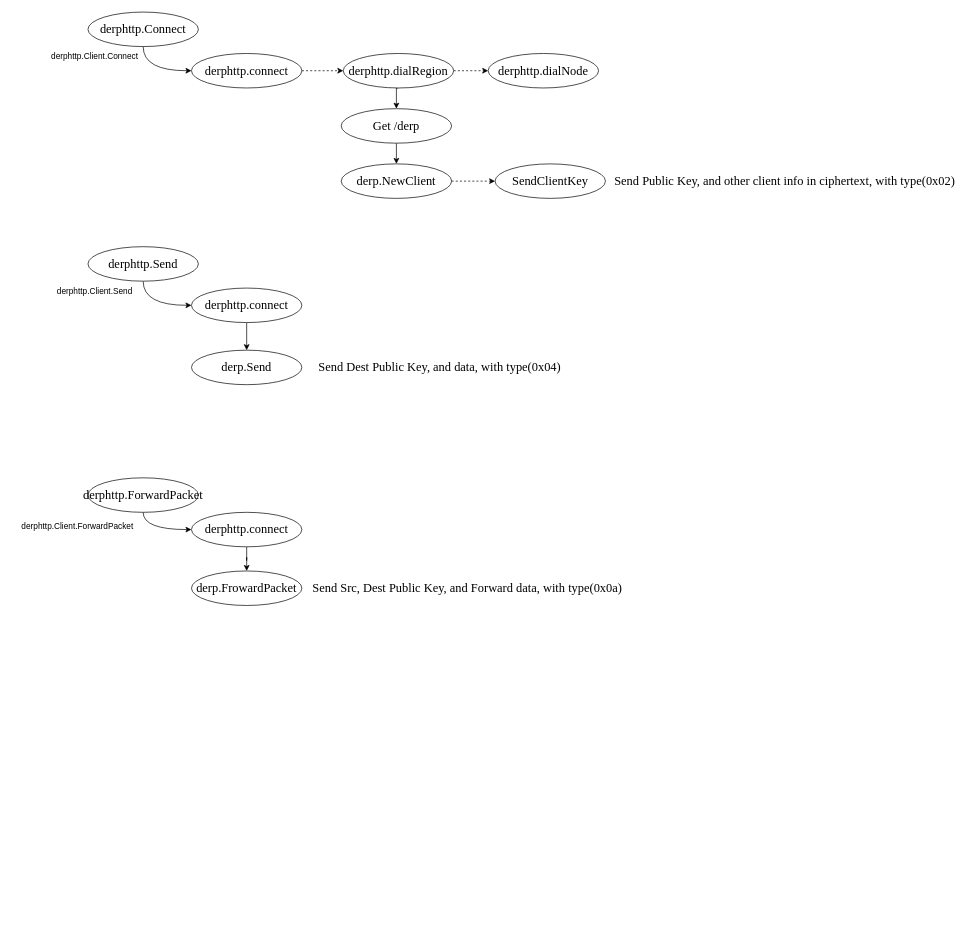
This is files/DERP.drawio from sunminming/Drawio, a draw.io file, before an edit. Source tidied: cells renumbered, new cells numbered last; positions are measured from the earlier drawing's top-left corner, leaving out a move shared by most shapes. Both pictures are drawn from the tidied source at 69%, with x=0, y=0 at pixel (12, 12).
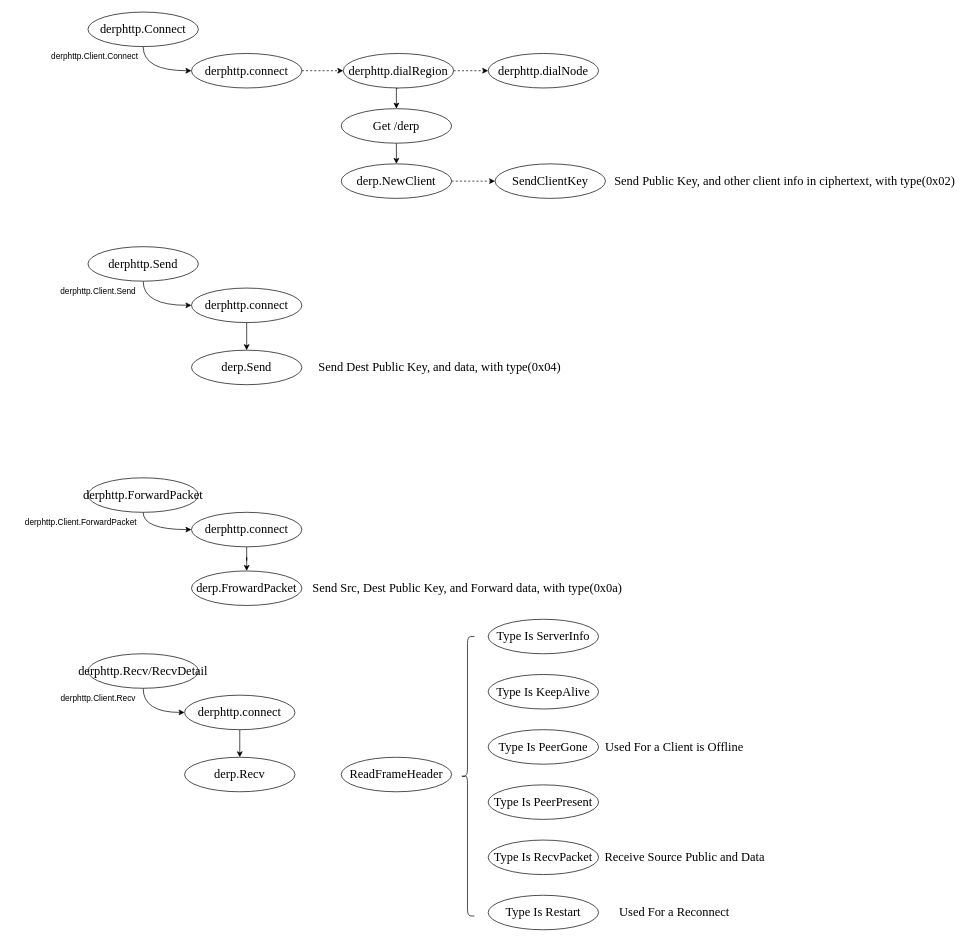
The same page after the edit.

Diff of the diagram source:
```diff
@@
     <mxCell id="21" value="derphttp.Client.Send" style="text;html=1;align=center;verticalAlign=middle;whiteSpace=wrap;rounded=0;" parent="1" vertex="1">
-      <mxGeometry x="50" y="390" width="140" height="30" as="geometry" />
+      <mxGeometry x="60" y="390" width="130" height="30" as="geometry" />
     </mxCell>
@@
     <mxCell id="26" value="derphttp.Client.ForwardPacket" style="text;html=1;align=center;verticalAlign=middle;whiteSpace=wrap;rounded=0;" parent="1" vertex="1">
-      <mxGeometry y="730" width="190" height="30" as="geometry" />
+      <mxGeometry x="10" y="725" width="180" height="30" as="geometry" />
     </mxCell>
@@
+    <mxCell id="31" style="edgeStyle=orthogonalEdgeStyle;rounded=0;jettySize=auto;html=1;exitX=0.5;exitY=1;exitDx=0;exitDy=0;entryX=0;entryY=0.5;entryDx=0;entryDy=0;curved=1;" parent="1" edge="1" source="32" target="34">
+      <mxGeometry relative="1" as="geometry" />
+    </mxCell>
+    <mxCell id="32" value="&lt;font style=&quot;font-size: 18px;&quot; face=&quot;Times New Roman&quot;&gt;derphttp.Recv/RecvDetail&lt;/font&gt;" style="ellipse;whiteSpace=wrap;html=1;" parent="1" vertex="1">
+      <mxGeometry x="110" y="930" width="160" height="50" as="geometry" />
+    </mxCell>
+    <mxCell id="33" style="edgeStyle=orthogonalEdgeStyle;rounded=0;jettySize=auto;html=1;exitX=0.5;exitY=1;exitDx=0;exitDy=0;entryX=0.5;entryY=0;entryDx=0;entryDy=0;" parent="1" edge="1" source="34" target="36">
+      <mxGeometry relative="1" as="geometry" />
+    </mxCell>
+    <mxCell id="34" value="&lt;font style=&quot;font-size: 18px;&quot; face=&quot;Times New Roman&quot;&gt;derphttp.connect&lt;/font&gt;" style="ellipse;whiteSpace=wrap;html=1;" parent="1" vertex="1">
+      <mxGeometry x="250" y="990" width="160" height="50" as="geometry" />
+    </mxCell>
+    <mxCell id="35" value="derphttp.Client.Recv" style="text;html=1;align=center;verticalAlign=middle;whiteSpace=wrap;rounded=0;" parent="1" vertex="1">
+      <mxGeometry x="60" y="980" width="130" height="30" as="geometry" />
+    </mxCell>
+    <mxCell id="36" value="&lt;font style=&quot;font-size: 18px;&quot; face=&quot;Times New Roman&quot;&gt;derp.Recv&lt;/font&gt;" style="ellipse;whiteSpace=wrap;html=1;" parent="1" vertex="1">
+      <mxGeometry x="250" y="1080" width="160" height="50" as="geometry" />
+    </mxCell>
+    <mxCell id="37" value="&lt;font style=&quot;font-size: 18px;&quot; face=&quot;Times New Roman&quot;&gt;ReadFrameHeader&lt;/font&gt;" style="ellipse;whiteSpace=wrap;html=1;" parent="1" vertex="1">
+      <mxGeometry x="477" y="1080" width="160" height="50" as="geometry" />
+    </mxCell>
+    <mxCell id="38" style="group;" parent="1" vertex="1">
+      <mxGeometry x="650" y="880" width="450" height="450" as="geometry" />
+    </mxCell>
+    <mxCell id="39" style="shape=curlyBracket;whiteSpace=wrap;html=1;rounded=1;labelPosition=left;verticalLabelPosition=middle;align=right;verticalAlign=middle;" parent="38" vertex="1">
+      <mxGeometry y="25" width="20" height="405" as="geometry" />
+    </mxCell>
+    <mxCell id="40" value="&lt;font style=&quot;font-size: 18px;&quot; face=&quot;Times New Roman&quot;&gt;Type Is ServerInfo&lt;/font&gt;" style="ellipse;whiteSpace=wrap;html=1;" parent="38" vertex="1">
+      <mxGeometry x="40" width="160" height="50" as="geometry" />
+    </mxCell>
+    <mxCell id="41" value="&lt;font style=&quot;font-size: 18px;&quot; face=&quot;Times New Roman&quot;&gt;Type Is KeepAlive&lt;/font&gt;" style="ellipse;whiteSpace=wrap;html=1;" parent="38" vertex="1">
+      <mxGeometry x="40" y="80" width="160" height="50" as="geometry" />
+    </mxCell>
+    <mxCell id="42" value="&lt;font style=&quot;font-size: 18px;&quot; face=&quot;Times New Roman&quot;&gt;Type Is PeerGone&lt;/font&gt;" style="ellipse;whiteSpace=wrap;html=1;" parent="38" vertex="1">
+      <mxGeometry x="40" y="160" width="160" height="50" as="geometry" />
+    </mxCell>
+    <mxCell id="43" value="&lt;font style=&quot;font-size: 18px;&quot; face=&quot;Times New Roman&quot;&gt;Used For a Client is Offline&lt;/font&gt;" style="text;html=1;align=center;verticalAlign=middle;whiteSpace=wrap;rounded=0;" parent="38" vertex="1">
+      <mxGeometry x="200" y="170" width="220" height="30" as="geometry" />
+    </mxCell>
+    <mxCell id="44" value="&lt;font style=&quot;font-size: 18px;&quot; face=&quot;Times New Roman&quot;&gt;Type Is PeerPresent&lt;/font&gt;" style="ellipse;whiteSpace=wrap;html=1;" parent="38" vertex="1">
+      <mxGeometry x="40" y="240" width="160" height="50" as="geometry" />
+    </mxCell>
+    <mxCell id="45" value="&lt;font style=&quot;font-size: 18px;&quot; face=&quot;Times New Roman&quot;&gt;Type Is RecvPacket&lt;/font&gt;" style="ellipse;whiteSpace=wrap;html=1;" parent="38" vertex="1">
+      <mxGeometry x="40" y="320" width="160" height="50" as="geometry" />
+    </mxCell>
+    <mxCell id="46" value="&lt;font style=&quot;font-size: 18px;&quot; face=&quot;Times New Roman&quot;&gt;Receive Source Public and Data&lt;/font&gt;" style="text;html=1;align=center;verticalAlign=middle;whiteSpace=wrap;rounded=0;" parent="38" vertex="1">
+      <mxGeometry x="200" y="330" width="250" height="30" as="geometry" />
+    </mxCell>
+    <mxCell id="47" value="&lt;font style=&quot;font-size: 18px;&quot; face=&quot;Times New Roman&quot;&gt;Type Is Restart&lt;/font&gt;" style="ellipse;whiteSpace=wrap;html=1;" parent="38" vertex="1">
+      <mxGeometry x="40" y="400" width="160" height="50" as="geometry" />
+    </mxCell>
+    <mxCell id="48" value="&lt;font style=&quot;font-size: 18px;&quot; face=&quot;Times New Roman&quot;&gt;Used For a Reconnect&lt;/font&gt;" style="text;html=1;align=center;verticalAlign=middle;whiteSpace=wrap;rounded=0;" parent="38" vertex="1">
+      <mxGeometry x="200" y="410" width="220" height="30" as="geometry" />
+    </mxCell>
```
